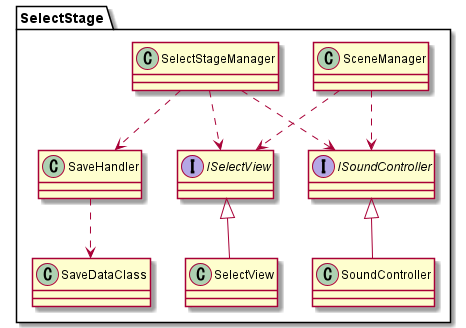
This is Assets/_SlimeCatch/Docs/SelectStage.png from RiseManagement/SlimeCatch, a PlantUML export, as it was before one commit. The source it was exported from:
```plantuml
@startuml

namespace SelectStage{
    class SaveDataClass
    class SaveHandler

    class SelectView
    interface ISelectView

    class SoundController
    interface ISoundController

    class SceneManager

    class SelectStageManager

    ISelectView <|-- SelectView
    SaveHandler ..> SaveDataClass

    ISoundController <|-- SoundController

    SelectStageManager ..> ISelectView
    SelectStageManager ..> SaveHandler
    SelectStageManager ..> ISoundController

    SceneManager ..> ISoundController
    SceneManager ..> ISelectView

}

@enduml
```
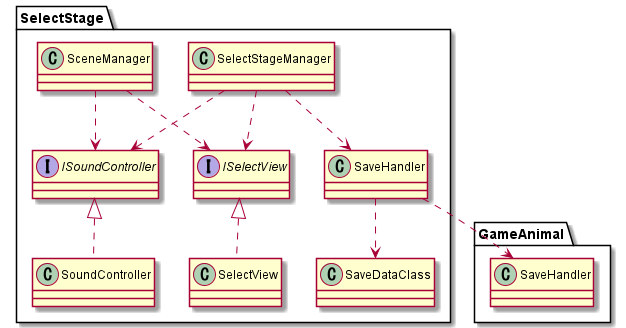
After the commit.

The edit, as a diff of the source:
```diff
@@ -14,10 +14,10 @@
 
     class SelectStageManager
 
-    ISelectView <|-- SelectView
+    ISelectView <|.. SelectView
     SaveHandler ..> SaveDataClass
 
-    ISoundController <|-- SoundController
+    ISoundController <|.. SoundController
 
     SelectStageManager ..> ISelectView
     SelectStageManager ..> SaveHandler
@@ -28,4 +28,10 @@
 
 }
 
+SelectStage.SaveHandler ..> GameAnimal.SaveHandler
+
+namespace GameAnimal{
+    class SaveHandler
+}
+
 @enduml
```
